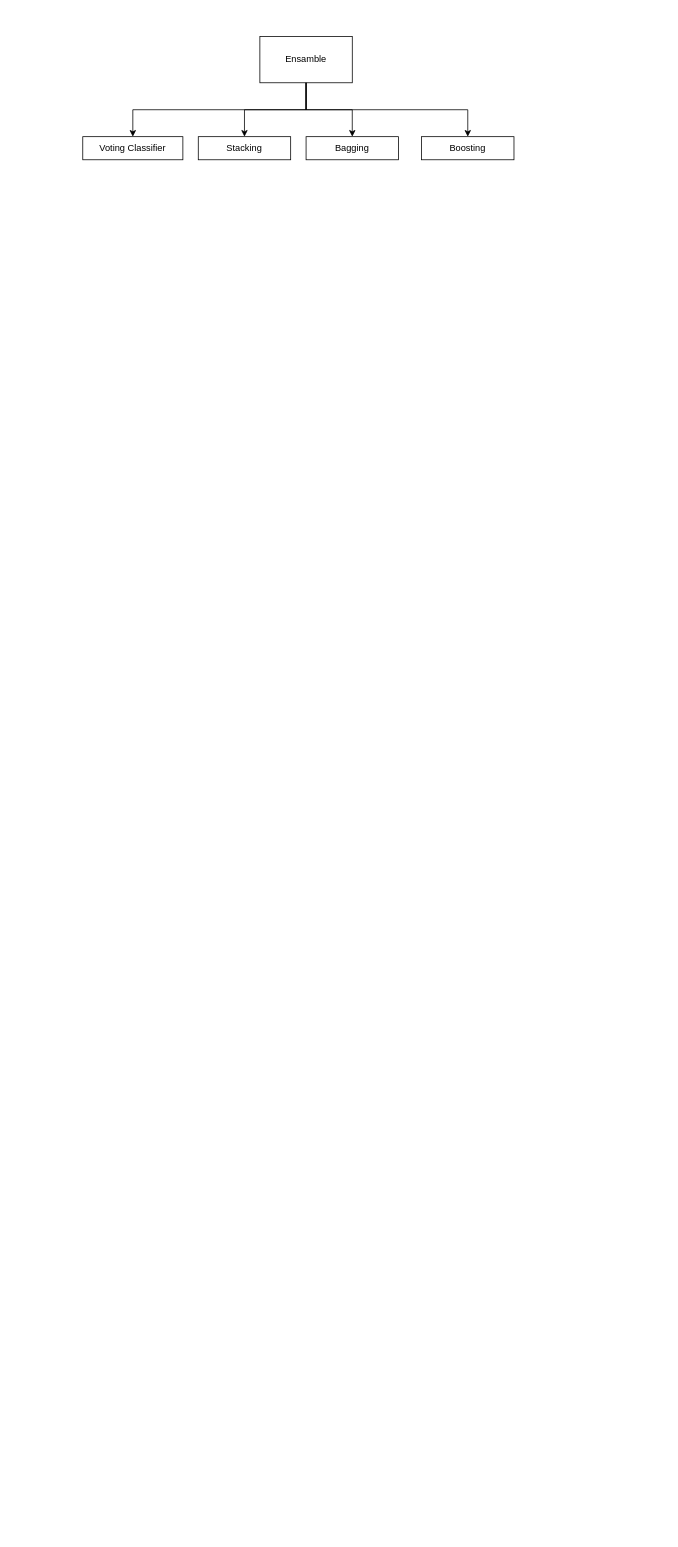
maha-prathamesh/MLAINOTES keeps this draw.io diagram as Ensemble.drawio. Above is the earlier version. Source tidied: cells renumbered, new cells numbered last; positions are measured from the earlier drawing's top-left corner, leaving out a move shared by most shapes. Both pictures are drawn from the tidied source at 77%, with x=0, y=0 at pixel (82, 36).
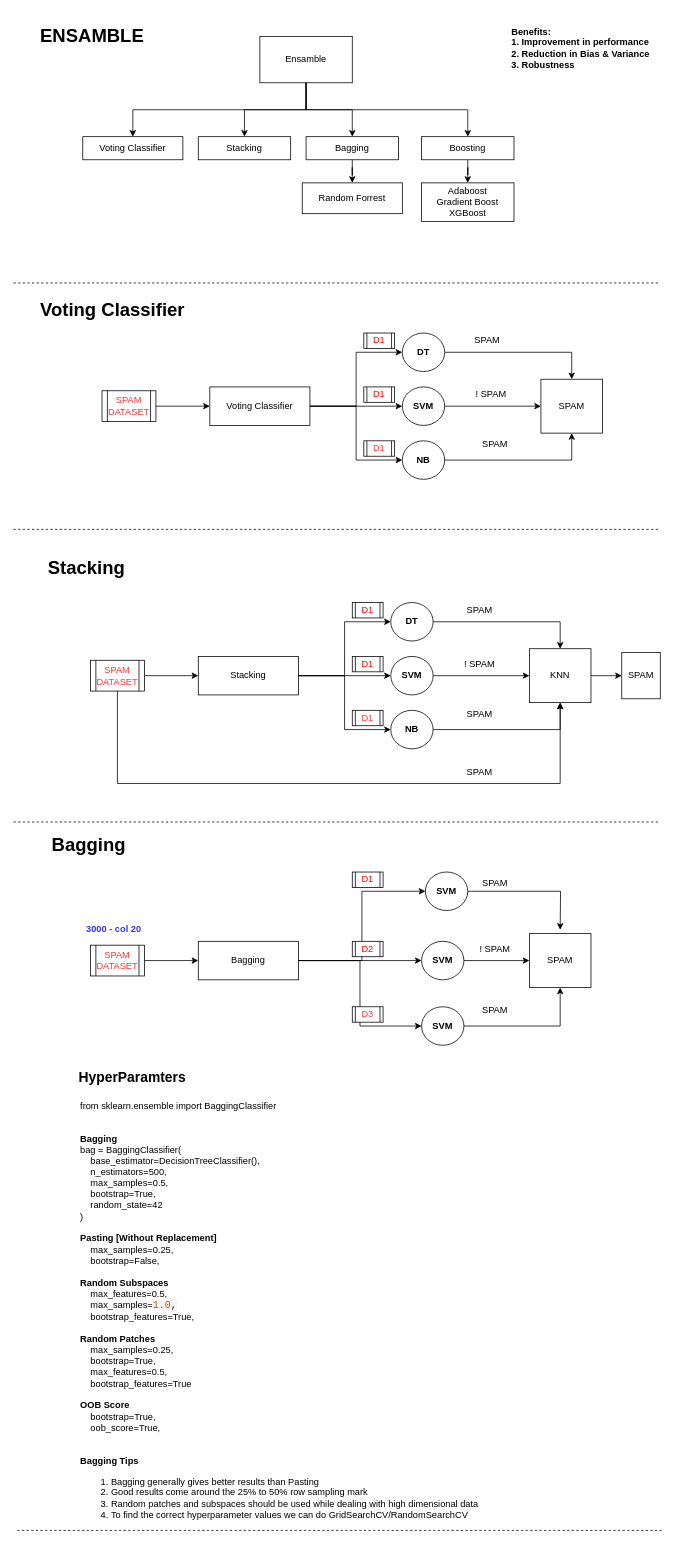
After the change.

Unchanged cells that the change refers to:
```xml
<mxCell id="6" value="Bagging" style="rounded=0;whiteSpace=wrap;html=1;" parent="1" vertex="1">
  <mxGeometry x="290" y="130" width="120" height="30" as="geometry" />
</mxCell>
<mxCell id="7" value="Boosting" style="rounded=0;whiteSpace=wrap;html=1;" parent="1" vertex="1">
  <mxGeometry x="440" y="130" width="120" height="30" as="geometry" />
</mxCell>
```

What changed in the source:
```diff
@@
+    <mxCell id="11" style="edgeStyle=orthogonalEdgeStyle;rounded=0;jettySize=auto;html=1;" parent="1" edge="1" source="6" target="13">
+      <mxGeometry relative="1" as="geometry" />
+    </mxCell>
@@
+    <mxCell id="12" style="edgeStyle=orthogonalEdgeStyle;rounded=0;jettySize=auto;html=1;" parent="1" edge="1" source="7" target="14">
+      <mxGeometry relative="1" as="geometry" />
+    </mxCell>
@@
+    <mxCell id="13" value="Random Forrest" style="rounded=0;whiteSpace=wrap;html=1;" parent="1" vertex="1">
+      <mxGeometry x="285" y="190" width="130" height="40" as="geometry" />
+    </mxCell>
+    <mxCell id="14" value="Adaboost&lt;br&gt;Gradient Boost&lt;br&gt;XGBoost" style="rounded=0;whiteSpace=wrap;html=1;align=center;" parent="1" vertex="1">
+      <mxGeometry x="440" y="190" width="120" height="50" as="geometry" />
+    </mxCell>
+    <mxCell id="15" style="edgeStyle=orthogonalEdgeStyle;rounded=0;jettySize=auto;html=1;entryX=0;entryY=0.5;entryDx=0;entryDy=0;" parent="1" edge="1" source="16" target="18">
+      <mxGeometry relative="1" as="geometry" />
+    </mxCell>
+    <mxCell id="16" value="Voting Classifier" style="rounded=0;whiteSpace=wrap;html=1;" parent="1" vertex="1">
+      <mxGeometry x="165" y="455" width="130" height="50" as="geometry" />
+    </mxCell>
+    <mxCell id="17" style="edgeStyle=orthogonalEdgeStyle;rounded=0;jettySize=auto;html=1;" parent="1" edge="1" source="18" target="26">
+      <mxGeometry relative="1" as="geometry" />
+    </mxCell>
+    <mxCell id="18" value="DT" style="ellipse;whiteSpace=wrap;html=1;rounded=0;fontStyle=1;" parent="1" vertex="1">
+      <mxGeometry x="415" y="385" width="55" height="50" as="geometry" />
+    </mxCell>
+    <mxCell id="19" value="SVM" style="ellipse;whiteSpace=wrap;html=1;rounded=0;fontStyle=1;" parent="1" vertex="1">
+      <mxGeometry x="415" y="455" width="55" height="50" as="geometry" />
+    </mxCell>
+    <mxCell id="20" value="NB" style="ellipse;whiteSpace=wrap;html=1;rounded=0;fontStyle=1;" parent="1" vertex="1">
+      <mxGeometry x="415" y="525" width="55" height="50" as="geometry" />
+    </mxCell>
+    <mxCell id="21" style="edgeStyle=orthogonalEdgeStyle;rounded=0;jettySize=auto;html=1;entryX=0;entryY=0.5;entryDx=0;entryDy=0;exitX=1;exitY=0.5;exitDx=0;exitDy=0;" parent="1" edge="1" source="16" target="20">
+      <mxGeometry relative="1" as="geometry" />
+    </mxCell>
+    <mxCell id="22" style="edgeStyle=orthogonalEdgeStyle;rounded=0;jettySize=auto;html=1;exitX=1;exitY=0.5;exitDx=0;exitDy=0;" parent="1" edge="1" source="16" target="19">
+      <mxGeometry relative="1" as="geometry" />
+    </mxCell>
+    <mxCell id="23" value="D1" style="shape=process;whiteSpace=wrap;html=1;backgroundOutline=1;fontColor=#FF0000;" parent="1" vertex="1">
+      <mxGeometry x="365" y="385" width="40" height="20" as="geometry" />
+    </mxCell>
+    <mxCell id="24" value="D1" style="shape=process;whiteSpace=wrap;html=1;backgroundOutline=1;fontColor=#FF0000;" parent="1" vertex="1">
+      <mxGeometry x="365" y="455" width="40" height="20" as="geometry" />
+    </mxCell>
+    <mxCell id="25" value="D1" style="shape=process;whiteSpace=wrap;html=1;backgroundOutline=1;fontColor=#FF3333;" parent="1" vertex="1">
+      <mxGeometry x="365" y="525" width="40" height="20" as="geometry" />
+    </mxCell>
+    <mxCell id="26" value="SPAM" style="whiteSpace=wrap;html=1;rounded=0;" parent="1" vertex="1">
+      <mxGeometry x="595" y="445" width="80" height="70" as="geometry" />
+    </mxCell>
+    <mxCell id="27" style="edgeStyle=orthogonalEdgeStyle;rounded=0;jettySize=auto;html=1;exitX=1;exitY=0.5;exitDx=0;exitDy=0;entryX=0;entryY=0.5;entryDx=0;entryDy=0;" parent="1" edge="1" source="19" target="26">
+      <mxGeometry relative="1" as="geometry" />
+    </mxCell>
+    <mxCell id="28" style="edgeStyle=orthogonalEdgeStyle;rounded=0;jettySize=auto;html=1;entryX=0.5;entryY=1;entryDx=0;entryDy=0;exitX=1;exitY=0.5;exitDx=0;exitDy=0;" parent="1" edge="1" source="20" target="26">
+      <mxGeometry relative="1" as="geometry" />
+    </mxCell>
+    <mxCell id="29" style="edgeStyle=orthogonalEdgeStyle;rounded=0;jettySize=auto;html=1;" parent="1" edge="1" source="30" target="16">
+      <mxGeometry relative="1" as="geometry" />
+    </mxCell>
+    <mxCell id="30" value="SPAM DATASET" style="shape=process;whiteSpace=wrap;html=1;backgroundOutline=1;fontColor=#FF3333;" parent="1" vertex="1">
+      <mxGeometry x="25" y="460" width="70" height="40" as="geometry" />
+    </mxCell>
+    <mxCell id="31" value="SPAM" style="text;html=1;align=center;verticalAlign=middle;strokeColor=none;fillColor=none;" parent="1" vertex="1">
+      <mxGeometry x="495" y="380" width="60" height="30" as="geometry" />
+    </mxCell>
+    <mxCell id="32" value="! SPAM" style="text;html=1;align=center;verticalAlign=middle;strokeColor=none;fillColor=none;" parent="1" vertex="1">
+      <mxGeometry x="500" y="450" width="60" height="30" as="geometry" />
+    </mxCell>
+    <mxCell id="33" value="SPAM" style="text;html=1;align=center;verticalAlign=middle;strokeColor=none;fillColor=none;" parent="1" vertex="1">
+      <mxGeometry x="505" y="515" width="60" height="30" as="geometry" />
+    </mxCell>
+    <mxCell id="34" style="endArrow=none;dashed=1;html=1;rounded=0;" parent="1" edge="1">
+      <mxGeometry relative="1" as="geometry">
+        <mxPoint x="-90" y="320" as="sourcePoint" />
+        <mxPoint x="750" y="320" as="targetPoint" />
+      </mxGeometry>
+    </mxCell>
+    <mxCell id="35" value="&lt;h1 style=&quot;border-color: var(--border-color);&quot;&gt;Voting Classifier&lt;/h1&gt;&lt;h1&gt;&lt;p style=&quot;border-color: var(--border-color);&quot;&gt;&lt;br style=&quot;border-color: var(--border-color); font-size: 12px; font-weight: 400;&quot;&gt;&lt;/p&gt;&lt;/h1&gt;" style="text;html=1;strokeColor=none;fillColor=none;spacing=5;spacingTop=-20;whiteSpace=wrap;overflow=hidden;rounded=0;" parent="1" vertex="1">
+      <mxGeometry x="-60" y="335" width="210" height="35" as="geometry" />
+    </mxCell>
+    <mxCell id="36" value="&lt;h1&gt;ENSAMBLE&lt;/h1&gt;" style="text;html=1;strokeColor=none;fillColor=none;spacing=5;spacingTop=-20;whiteSpace=wrap;overflow=hidden;rounded=0;" parent="1" vertex="1">
+      <mxGeometry x="-60" y="-20" width="210" height="35" as="geometry" />
+    </mxCell>
+    <mxCell id="37" style="endArrow=none;dashed=1;html=1;rounded=0;" parent="1" edge="1">
+      <mxGeometry relative="1" as="geometry">
+        <mxPoint x="-90" y="640" as="sourcePoint" />
+        <mxPoint x="750" y="640" as="targetPoint" />
+      </mxGeometry>
+    </mxCell>
+    <mxCell id="38" value="&lt;h1 style=&quot;border-color: var(--border-color);&quot;&gt;Stacking&lt;/h1&gt;" style="text;html=1;strokeColor=none;fillColor=none;spacing=5;spacingTop=-20;whiteSpace=wrap;overflow=hidden;rounded=0;" parent="1" vertex="1">
+      <mxGeometry x="-50" y="670" width="210" height="35" as="geometry" />
+    </mxCell>
+    <mxCell id="39" style="edgeStyle=orthogonalEdgeStyle;rounded=0;jettySize=auto;html=1;entryX=0;entryY=0.5;entryDx=0;entryDy=0;" parent="1" edge="1" source="40" target="42">
+      <mxGeometry relative="1" as="geometry" />
+    </mxCell>
+    <mxCell id="40" value="Stacking" style="rounded=0;whiteSpace=wrap;html=1;" parent="1" vertex="1">
+      <mxGeometry x="150" y="805" width="130" height="50" as="geometry" />
+    </mxCell>
+    <mxCell id="41" style="edgeStyle=orthogonalEdgeStyle;rounded=0;jettySize=auto;html=1;" parent="1" edge="1" source="42" target="51">
+      <mxGeometry relative="1" as="geometry" />
+    </mxCell>
+    <mxCell id="42" value="DT" style="ellipse;whiteSpace=wrap;html=1;rounded=0;fontStyle=1;" parent="1" vertex="1">
+      <mxGeometry x="400" y="735" width="55" height="50" as="geometry" />
+    </mxCell>
+    <mxCell id="43" value="SVM" style="ellipse;whiteSpace=wrap;html=1;rounded=0;fontStyle=1;" parent="1" vertex="1">
+      <mxGeometry x="400" y="805" width="55" height="50" as="geometry" />
+    </mxCell>
+    <mxCell id="44" value="NB" style="ellipse;whiteSpace=wrap;html=1;rounded=0;fontStyle=1;" parent="1" vertex="1">
+      <mxGeometry x="400" y="875" width="55" height="50" as="geometry" />
+    </mxCell>
+    <mxCell id="45" style="edgeStyle=orthogonalEdgeStyle;rounded=0;jettySize=auto;html=1;entryX=0;entryY=0.5;entryDx=0;entryDy=0;exitX=1;exitY=0.5;exitDx=0;exitDy=0;" parent="1" edge="1" source="40" target="44">
+      <mxGeometry relative="1" as="geometry" />
+    </mxCell>
+    <mxCell id="46" style="edgeStyle=orthogonalEdgeStyle;rounded=0;jettySize=auto;html=1;exitX=1;exitY=0.5;exitDx=0;exitDy=0;" parent="1" edge="1" source="40" target="43">
+      <mxGeometry relative="1" as="geometry" />
+    </mxCell>
+    <mxCell id="47" value="D1" style="shape=process;whiteSpace=wrap;html=1;backgroundOutline=1;fontColor=#FF0000;" parent="1" vertex="1">
+      <mxGeometry x="350" y="735" width="40" height="20" as="geometry" />
+    </mxCell>
+    <mxCell id="48" value="D1" style="shape=process;whiteSpace=wrap;html=1;backgroundOutline=1;fontColor=#FF0000;" parent="1" vertex="1">
+      <mxGeometry x="350" y="805" width="40" height="20" as="geometry" />
+    </mxCell>
+    <mxCell id="49" value="D1" style="shape=process;whiteSpace=wrap;html=1;backgroundOutline=1;fontColor=#FF3333;" parent="1" vertex="1">
+      <mxGeometry x="350" y="875" width="40" height="20" as="geometry" />
+    </mxCell>
+    <mxCell id="50" style="edgeStyle=orthogonalEdgeStyle;rounded=0;jettySize=auto;html=1;" parent="1" edge="1" source="51" target="61">
+      <mxGeometry relative="1" as="geometry" />
+    </mxCell>
+    <mxCell id="51" value="KNN" style="whiteSpace=wrap;html=1;rounded=0;" parent="1" vertex="1">
+      <mxGeometry x="580" y="795" width="80" height="70" as="geometry" />
+    </mxCell>
+    <mxCell id="52" style="edgeStyle=orthogonalEdgeStyle;rounded=0;jettySize=auto;html=1;exitX=1;exitY=0.5;exitDx=0;exitDy=0;entryX=0;entryY=0.5;entryDx=0;entryDy=0;" parent="1" edge="1" source="43" target="51">
+      <mxGeometry relative="1" as="geometry" />
+    </mxCell>
+    <mxCell id="53" style="edgeStyle=orthogonalEdgeStyle;rounded=0;jettySize=auto;html=1;entryX=0.5;entryY=1;entryDx=0;entryDy=0;exitX=1;exitY=0.5;exitDx=0;exitDy=0;" parent="1" edge="1" source="44" target="51">
+      <mxGeometry relative="1" as="geometry" />
+    </mxCell>
+    <mxCell id="54" style="edgeStyle=orthogonalEdgeStyle;rounded=0;jettySize=auto;html=1;" parent="1" edge="1" source="55" target="40">
+      <mxGeometry relative="1" as="geometry" />
+    </mxCell>
+    <mxCell id="55" value="SPAM DATASET" style="shape=process;whiteSpace=wrap;html=1;backgroundOutline=1;fontColor=#FF3333;" parent="1" vertex="1">
+      <mxGeometry x="10" y="810" width="70" height="40" as="geometry" />
+    </mxCell>
+    <mxCell id="56" value="SPAM" style="text;html=1;align=center;verticalAlign=middle;strokeColor=none;fillColor=none;" parent="1" vertex="1">
+      <mxGeometry x="485" y="730" width="60" height="30" as="geometry" />
+    </mxCell>
+    <mxCell id="57" value="! SPAM" style="text;html=1;align=center;verticalAlign=middle;strokeColor=none;fillColor=none;" parent="1" vertex="1">
+      <mxGeometry x="485" y="800" width="60" height="30" as="geometry" />
+    </mxCell>
+    <mxCell id="58" value="SPAM" style="text;html=1;align=center;verticalAlign=middle;strokeColor=none;fillColor=none;" parent="1" vertex="1">
+      <mxGeometry x="485" y="865" width="60" height="30" as="geometry" />
+    </mxCell>
+    <mxCell id="59" style="edgeStyle=orthogonalEdgeStyle;rounded=0;jettySize=auto;html=1;exitX=0.5;exitY=1;exitDx=0;exitDy=0;" parent="1" edge="1" source="55" target="51">
+      <mxGeometry relative="1" as="geometry">
+        <Array as="points">
+          <mxPoint x="45" y="970" />
+          <mxPoint x="620" y="970" />
+        </Array>
+      </mxGeometry>
+    </mxCell>
+    <mxCell id="60" value="SPAM" style="text;html=1;align=center;verticalAlign=middle;strokeColor=none;fillColor=none;" parent="1" vertex="1">
+      <mxGeometry x="485" y="940" width="60" height="30" as="geometry" />
+    </mxCell>
+    <mxCell id="61" value="SPAM" style="whiteSpace=wrap;html=1;rounded=0;" parent="1" vertex="1">
+      <mxGeometry x="700" y="800" width="50" height="60" as="geometry" />
+    </mxCell>
+    <mxCell id="62" style="endArrow=none;dashed=1;html=1;rounded=0;" parent="1" edge="1">
+      <mxGeometry relative="1" as="geometry">
+        <mxPoint x="-90" y="1020" as="sourcePoint" />
+        <mxPoint x="750" y="1020" as="targetPoint" />
+      </mxGeometry>
+    </mxCell>
+    <mxCell id="63" value="&lt;h1 style=&quot;border-color: var(--border-color);&quot;&gt;Bagging&lt;/h1&gt;" style="text;html=1;strokeColor=none;fillColor=none;spacing=5;spacingTop=-20;whiteSpace=wrap;overflow=hidden;rounded=0;" parent="1" vertex="1">
+      <mxGeometry x="-45" y="1030" width="210" height="35" as="geometry" />
+    </mxCell>
+    <mxCell id="64" style="edgeStyle=orthogonalEdgeStyle;rounded=0;jettySize=auto;html=1;entryX=0;entryY=0.5;entryDx=0;entryDy=0;" parent="1" edge="1" source="65" target="67">
+      <mxGeometry relative="1" as="geometry" />
+    </mxCell>
+    <mxCell id="65" value="Bagging" style="rounded=0;whiteSpace=wrap;html=1;" parent="1" vertex="1">
+      <mxGeometry x="150" y="1175" width="130" height="50" as="geometry" />
+    </mxCell>
+    <mxCell id="66" style="edgeStyle=orthogonalEdgeStyle;rounded=0;jettySize=auto;html=1;" parent="1" edge="1" source="67">
+      <mxGeometry relative="1" as="geometry">
+        <mxPoint x="620" y="1160" as="targetPoint" />
+      </mxGeometry>
+    </mxCell>
+    <mxCell id="67" value="SVM" style="ellipse;whiteSpace=wrap;html=1;rounded=0;fontStyle=1;" parent="1" vertex="1">
+      <mxGeometry x="445" y="1085" width="55" height="50" as="geometry" />
+    </mxCell>
+    <mxCell id="68" value="SVM" style="ellipse;whiteSpace=wrap;html=1;rounded=0;fontStyle=1;" parent="1" vertex="1">
+      <mxGeometry x="440" y="1175" width="55" height="50" as="geometry" />
+    </mxCell>
+    <mxCell id="69" value="SVM" style="ellipse;whiteSpace=wrap;html=1;rounded=0;fontStyle=1;" parent="1" vertex="1">
+      <mxGeometry x="440" y="1260" width="55" height="50" as="geometry" />
+    </mxCell>
+    <mxCell id="70" style="edgeStyle=orthogonalEdgeStyle;rounded=0;jettySize=auto;html=1;entryX=0;entryY=0.5;entryDx=0;entryDy=0;exitX=1;exitY=0.5;exitDx=0;exitDy=0;" parent="1" edge="1" source="65" target="69">
+      <mxGeometry relative="1" as="geometry" />
+    </mxCell>
+    <mxCell id="71" style="edgeStyle=orthogonalEdgeStyle;rounded=0;jettySize=auto;html=1;exitX=1;exitY=0.5;exitDx=0;exitDy=0;" parent="1" edge="1" source="65" target="68">
+      <mxGeometry relative="1" as="geometry" />
+    </mxCell>
+    <mxCell id="72" value="D1" style="shape=process;whiteSpace=wrap;html=1;backgroundOutline=1;fontColor=#FF0000;" parent="1" vertex="1">
+      <mxGeometry x="350" y="1085" width="40" height="20" as="geometry" />
+    </mxCell>
+    <mxCell id="73" value="D2" style="shape=process;whiteSpace=wrap;html=1;backgroundOutline=1;fontColor=#FF0000;" parent="1" vertex="1">
+      <mxGeometry x="350" y="1175" width="40" height="20" as="geometry" />
+    </mxCell>
+    <mxCell id="74" value="D3" style="shape=process;whiteSpace=wrap;html=1;backgroundOutline=1;fontColor=#FF3333;" parent="1" vertex="1">
+      <mxGeometry x="350" y="1260" width="40" height="20" as="geometry" />
+    </mxCell>
+    <mxCell id="75" value="SPAM" style="whiteSpace=wrap;html=1;rounded=0;" parent="1" vertex="1">
+      <mxGeometry x="580" y="1165" width="80" height="70" as="geometry" />
+    </mxCell>
+    <mxCell id="76" style="edgeStyle=orthogonalEdgeStyle;rounded=0;jettySize=auto;html=1;exitX=1;exitY=0.5;exitDx=0;exitDy=0;entryX=0;entryY=0.5;entryDx=0;entryDy=0;" parent="1" edge="1" source="68" target="75">
+      <mxGeometry relative="1" as="geometry" />
+    </mxCell>
+    <mxCell id="77" style="edgeStyle=orthogonalEdgeStyle;rounded=0;jettySize=auto;html=1;exitX=1;exitY=0.5;exitDx=0;exitDy=0;entryX=0.5;entryY=1;entryDx=0;entryDy=0;" parent="1" edge="1" source="69" target="75">
+      <mxGeometry relative="1" as="geometry" />
+    </mxCell>
+    <mxCell id="78" style="edgeStyle=orthogonalEdgeStyle;rounded=0;jettySize=auto;html=1;" parent="1" edge="1" source="79" target="65">
+      <mxGeometry relative="1" as="geometry" />
+    </mxCell>
+    <mxCell id="79" value="SPAM DATASET" style="shape=process;whiteSpace=wrap;html=1;backgroundOutline=1;fontColor=#FF3333;" parent="1" vertex="1">
+      <mxGeometry x="10" y="1180" width="70" height="40" as="geometry" />
+    </mxCell>
+    <mxCell id="80" value="SPAM" style="text;html=1;align=center;verticalAlign=middle;strokeColor=none;fillColor=none;" parent="1" vertex="1">
+      <mxGeometry x="505" y="1085" width="60" height="30" as="geometry" />
+    </mxCell>
+    <mxCell id="81" value="! SPAM" style="text;html=1;align=center;verticalAlign=middle;strokeColor=none;fillColor=none;" parent="1" vertex="1">
+      <mxGeometry x="505" y="1170" width="60" height="30" as="geometry" />
+    </mxCell>
+    <mxCell id="82" value="SPAM" style="text;html=1;align=center;verticalAlign=middle;strokeColor=none;fillColor=none;" parent="1" vertex="1">
+      <mxGeometry x="505" y="1250" width="60" height="30" as="geometry" />
+    </mxCell>
+    <mxCell id="83" style="endArrow=none;dashed=1;html=1;rounded=0;" parent="1" edge="1">
+      <mxGeometry relative="1" as="geometry">
+        <mxPoint x="-85" y="1940" as="sourcePoint" />
+        <mxPoint x="755" y="1940" as="targetPoint" />
+      </mxGeometry>
+    </mxCell>
+    <mxCell id="84" value="&lt;h1 style=&quot;border-color: var(--border-color);&quot;&gt;&lt;font style=&quot;font-size: 18px;&quot;&gt;HyperParamters&lt;/font&gt;&lt;/h1&gt;" style="text;html=1;strokeColor=none;fillColor=none;spacing=5;spacingTop=-20;whiteSpace=wrap;overflow=hidden;rounded=0;" parent="1" vertex="1">
+      <mxGeometry x="-10" y="1330" width="210" height="35" as="geometry" />
+    </mxCell>
+    <mxCell id="85" value="Benefits:&amp;nbsp;&lt;br&gt;1. Improvement in performance&lt;br&gt;2. Reduction in Bias &amp;amp; Variance&lt;br&gt;3. Robustness" style="text;html=1;align=left;verticalAlign=middle;strokeColor=none;fillColor=none;fontStyle=1;" parent="1" vertex="1">
+      <mxGeometry x="555" y="-20" width="200" height="70" as="geometry" />
+    </mxCell>
+    <mxCell id="86" value="&lt;font color=&quot;#3333ff&quot;&gt;&lt;b&gt;3000 - col 20&lt;/b&gt;&lt;/font&gt;" style="text;html=1;align=center;verticalAlign=middle;strokeColor=none;fillColor=none;" parent="1" vertex="1">
+      <mxGeometry x="-5" y="1145" width="90" height="30" as="geometry" />
+    </mxCell>
+    <mxCell id="87" value="&lt;div&gt;from sklearn.ensemble import BaggingClassifier&lt;/div&gt;&lt;div&gt;&lt;br&gt;&lt;/div&gt;&lt;div&gt;&lt;br&gt;&lt;/div&gt;&lt;div&gt;&lt;b&gt;Bagging&lt;/b&gt;&lt;/div&gt;&lt;div&gt;bag = BaggingClassifier(&lt;/div&gt;&lt;div&gt;&amp;nbsp; &amp;nbsp; base_estimator=DecisionTreeClassifier(),&lt;/div&gt;&lt;div&gt;&amp;nbsp; &amp;nbsp; n_estimators=500,&lt;/div&gt;&lt;div&gt;&amp;nbsp; &amp;nbsp; max_samples=0.5,&lt;/div&gt;&lt;div&gt;&amp;nbsp; &amp;nbsp; bootstrap=True,&lt;/div&gt;&lt;div&gt;&amp;nbsp; &amp;nbsp; random_state=42&lt;/div&gt;&lt;div&gt;)&lt;/div&gt;&lt;div&gt;&lt;br&gt;&lt;/div&gt;&lt;div&gt;&lt;b&gt;Pasting [Without Replacement]&lt;/b&gt;&lt;/div&gt;&lt;div&gt;&amp;nbsp; &amp;nbsp; max_samples=0.25,&lt;/div&gt;&lt;div&gt;&lt;span style=&quot;&quot;&gt;&lt;/span&gt;&amp;nbsp; &amp;nbsp; bootstrap=False,&lt;/div&gt;&lt;div&gt;&lt;br&gt;&lt;/div&gt;&lt;div&gt;&lt;b&gt;Random Subspaces&lt;/b&gt;&lt;/div&gt;&lt;div&gt;&amp;nbsp; &amp;nbsp; max_features=0.5,&lt;/div&gt;&lt;div&gt;&amp;nbsp; &amp;nbsp; max_samples=&lt;span style=&quot;box-sizing: unset; color: rgb(170, 93, 0); font-family: monospace; font-size: 13px; background-color: rgb(245, 245, 245);&quot; class=&quot;hljs-number&quot;&gt;1.0&lt;/span&gt;&lt;span style=&quot;color: rgba(0, 0, 0, 0.87); font-family: monospace; font-size: 13px; background-color: rgb(245, 245, 245);&quot;&gt;,&lt;/span&gt;&lt;br&gt;&lt;/div&gt;&lt;div&gt;&amp;nbsp; &amp;nbsp; bootstrap_features=True,&lt;/div&gt;&lt;div&gt;&lt;br&gt;&lt;/div&gt;&lt;div&gt;&lt;b&gt;Random Patches&lt;/b&gt;&lt;/div&gt;&lt;div&gt;&lt;span style=&quot;&quot;&gt;&lt;/span&gt;&amp;nbsp; &amp;nbsp; max_samples=0.25,&lt;/div&gt;&lt;div&gt;&amp;nbsp; &amp;nbsp; bootstrap=True,&lt;/div&gt;&lt;div&gt;&amp;nbsp; &amp;nbsp; max_features=0.5,&lt;/div&gt;&lt;div&gt;&amp;nbsp; &amp;nbsp; bootstrap_features=True&lt;/div&gt;&lt;div&gt;&lt;br&gt;&lt;/div&gt;&lt;div&gt;&lt;span style=&quot;&quot;&gt; &lt;/span&gt;&lt;/div&gt;&lt;div&gt;&lt;span style=&quot;&quot;&gt; &lt;/span&gt;&lt;/div&gt;&lt;div&gt;&lt;b&gt;OOB Score&lt;/b&gt;&lt;/div&gt;&lt;div&gt;&lt;span style=&quot;&quot;&gt;&lt;/span&gt;&amp;nbsp; &amp;nbsp; bootstrap=True,&lt;/div&gt;&lt;div&gt;&amp;nbsp; &amp;nbsp; oob_score=True,&lt;/div&gt;&lt;div&gt;&lt;br&gt;&lt;/div&gt;&lt;div&gt;&lt;br&gt;&lt;/div&gt;&lt;div&gt;&lt;b&gt;Bagging Tips&lt;/b&gt;&lt;/div&gt;&lt;div&gt;&lt;ol&gt;&lt;li&gt;Bagging generally gives better results than Pasting&lt;/li&gt;&lt;li&gt;Good results come around the 25% to 50% row sampling mark&lt;/li&gt;&lt;li&gt;Random patches and subspaces should be used while dealing with high dimensional data&lt;/li&gt;&lt;li&gt;To find the correct hyperparameter values we can do GridSearchCV/RandomSearchCV&lt;/li&gt;&lt;/ol&gt;&lt;/div&gt;" style="text;html=1;align=left;verticalAlign=middle;strokeColor=none;fillColor=none;" parent="1" vertex="1">
+      <mxGeometry x="-5" y="1375" width="540" height="570" as="geometry" />
+    </mxCell>
```
